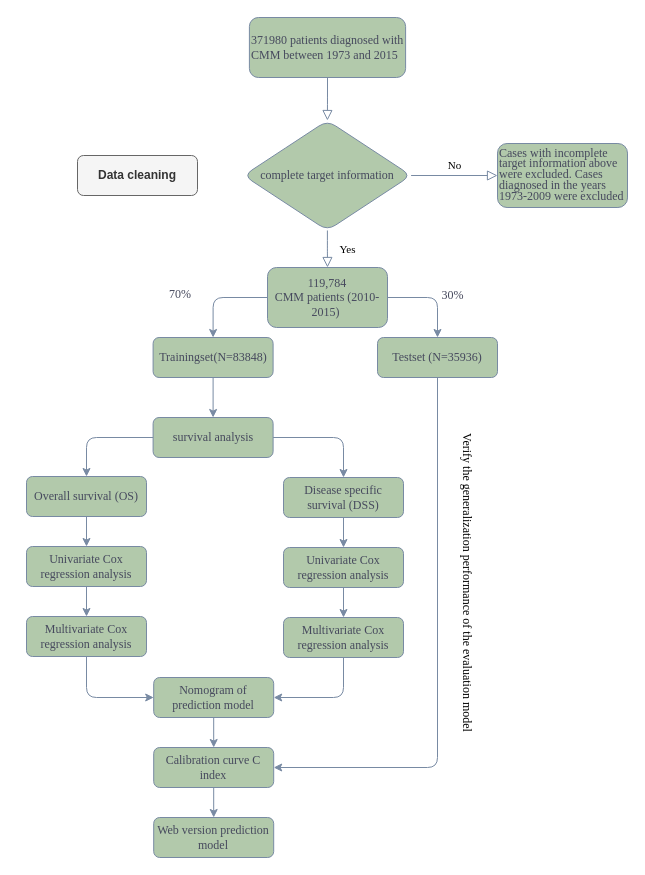
pifu-dabai/R-yuyan keeps this draw.io diagram as 未命名绘图.drawio. Above is the earlier version. Source tidied: cells renumbered, new cells numbered last; positions are measured from the earlier drawing's top-left corner, leaving out a move shared by most shapes. Both pictures are drawn from the tidied source at 100%, with x=0, y=0 at pixel (17, 17).
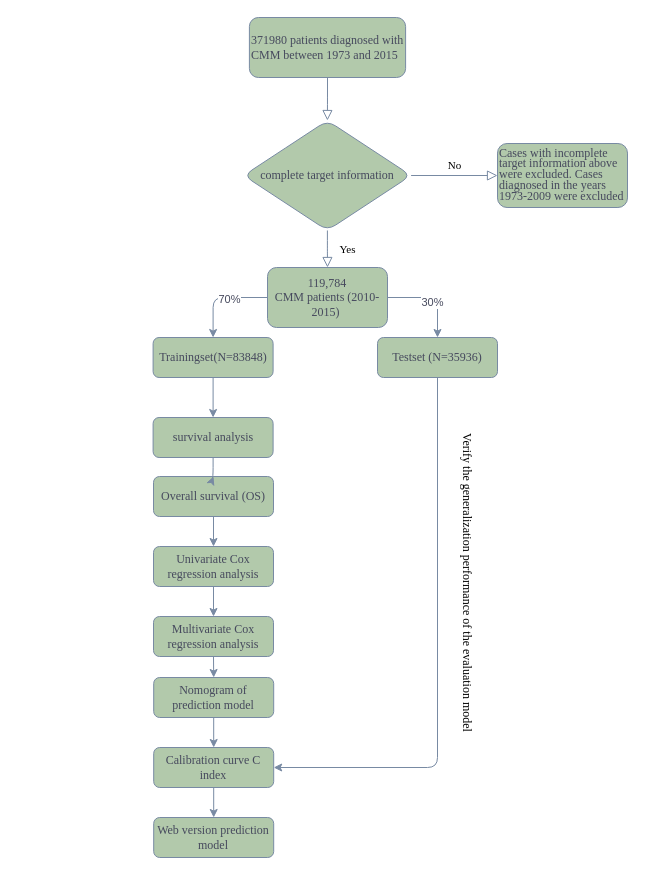
After the change.

Unchanged cells that the change refers to:
```xml
<mxCell id="11" style="edgeStyle=orthogonalEdgeStyle;rounded=1;jettySize=auto;html=1;exitX=0;exitY=0.5;exitDx=0;exitDy=0;entryX=0.5;entryY=0;entryDx=0;entryDy=0;fontColor=default;fontFamily=Times New Roman;labelBackgroundColor=none;strokeColor=#788AA3;" parent="1" edge="1" source="13" target="16">
  <mxGeometry relative="1" as="geometry" />
</mxCell>
<mxCell id="12" style="edgeStyle=orthogonalEdgeStyle;rounded=1;jettySize=auto;html=1;exitX=1;exitY=0.5;exitDx=0;exitDy=0;entryX=0.5;entryY=0;entryDx=0;entryDy=0;strokeColor=#788AA3;fontColor=#46495D;fillColor=#B2C9AB;" parent="1" edge="1" source="13" target="9">
  <mxGeometry relative="1" as="geometry" />
</mxCell>
<mxCell id="17" style="group;fontFamily=Times New Roman;labelBackgroundColor=none;fontColor=#46495D;rounded=1;" parent="15" vertex="1">
  <mxGeometry y="80" width="408" height="410" as="geometry" />
</mxCell>
<mxCell id="18" value="survival analysis" style="rounded=1;whiteSpace=wrap;html=1;labelBackgroundColor=none;fontFamily=Times New Roman;fillColor=#B2C9AB;strokeColor=#788AA3;fontColor=#46495D;" parent="17" vertex="1">
  <mxGeometry x="135.6" width="120" height="40" as="geometry" />
</mxCell>
<mxCell id="19" style="group;fontFamily=Times New Roman;labelBackgroundColor=none;fontColor=#46495D;rounded=1;" parent="17" vertex="1">
  <mxGeometry y="60" width="408" height="250" as="geometry" />
</mxCell>
<mxCell id="30" value="Nomogram of prediction model" style="rounded=1;whiteSpace=wrap;html=1;labelBackgroundColor=none;fontFamily=Times New Roman;fillColor=#B2C9AB;strokeColor=#788AA3;fontColor=#46495D;" parent="19" vertex="1">
  <mxGeometry x="136.2" y="200" width="120" height="40" as="geometry" />
</mxCell>
```

Diff of the diagram source:
```diff
@@
+    <mxCell id="38" value="70%" style="edgeLabel;html=1;align=center;verticalAlign=middle;fontColor=#46495D;" parent="11" vertex="1">
+      <mxGeometry x="-0.16" y="1" relative="1" as="geometry">
+        <mxPoint x="1" as="offset" />
+      </mxGeometry>
+    </mxCell>
@@
+    <mxCell id="39" value="30%" style="edgeLabel;html=1;align=center;verticalAlign=middle;fontColor=#46495D;" parent="12" vertex="1">
+      <mxGeometry x="-0.05" y="-4" relative="1" as="geometry">
+        <mxPoint x="1" as="offset" />
+      </mxGeometry>
+    </mxCell>
@@
     <mxCell id="20" value="&lt;div&gt;Overall survival (OS)&lt;/div&gt;" style="rounded=1;whiteSpace=wrap;html=1;fontFamily=Times New Roman;labelBackgroundColor=none;fillColor=#B2C9AB;strokeColor=#788AA3;fontColor=#46495D;" parent="19" vertex="1">
-      <mxGeometry x="9" y="-1" width="120" height="40" as="geometry" />
+      <mxGeometry x="136" y="-1" width="120" height="40" as="geometry" />
     </mxCell>
-    <mxCell id="21" value="Disease specific survival (DSS)" style="rounded=1;whiteSpace=wrap;html=1;fontFamily=Times New Roman;labelBackgroundColor=none;fillColor=#B2C9AB;strokeColor=#788AA3;fontColor=#46495D;" parent="19" vertex="1">
-      <mxGeometry x="266" width="120" height="40" as="geometry" />
-    </mxCell>
     <mxCell id="22" value="Univariate Cox regression analysis" style="rounded=1;whiteSpace=wrap;html=1;fontFamily=Times New Roman;labelBackgroundColor=none;fillColor=#B2C9AB;strokeColor=#788AA3;fontColor=#46495D;" parent="19" vertex="1">
-      <mxGeometry x="9" y="69" width="120" height="40" as="geometry" />
+      <mxGeometry x="136" y="69" width="120" height="40" as="geometry" />
     </mxCell>
+    <mxCell id="42" style="edgeStyle=orthogonalEdgeStyle;rounded=1;jettySize=auto;html=1;exitX=0.5;exitY=1;exitDx=0;exitDy=0;strokeColor=#788AA3;fontColor=#46495D;fillColor=#B2C9AB;" parent="19" edge="1" source="23">
+      <mxGeometry relative="1" as="geometry">
+        <mxPoint x="196.2" y="200" as="targetPoint" />
+      </mxGeometry>
+    </mxCell>
     <mxCell id="23" value="Multivariate Cox regression analysis" style="rounded=1;whiteSpace=wrap;html=1;fontFamily=Times New Roman;labelBackgroundColor=none;fillColor=#B2C9AB;strokeColor=#788AA3;fontColor=#46495D;" parent="19" vertex="1">
-      <mxGeometry x="9" y="139" width="120" height="40" as="geometry" />
+      <mxGeometry x="136" y="139" width="120" height="40" as="geometry" />
     </mxCell>
-    <mxCell id="24" value="Univariate Cox regression analysis" style="rounded=1;whiteSpace=wrap;html=1;fontFamily=Times New Roman;labelBackgroundColor=none;fillColor=#B2C9AB;strokeColor=#788AA3;fontColor=#46495D;" parent="19" vertex="1">
-      <mxGeometry x="266" y="70" width="120" height="40" as="geometry" />
-    </mxCell>
-    <mxCell id="25" value="Multivariate Cox regression analysis" style="rounded=1;whiteSpace=wrap;html=1;fontFamily=Times New Roman;labelBackgroundColor=none;fillColor=#B2C9AB;strokeColor=#788AA3;fontColor=#46495D;" parent="19" vertex="1">
-      <mxGeometry x="266" y="140" width="120" height="40" as="geometry" />
-    </mxCell>
@@
-    <mxCell id="28" style="edgeStyle=orthogonalEdgeStyle;rounded=1;jettySize=auto;html=1;exitX=0.5;exitY=1;exitDx=0;exitDy=0;entryX=0.5;entryY=0;entryDx=0;entryDy=0;fontColor=default;fontFamily=Times New Roman;labelBackgroundColor=none;strokeColor=#788AA3;" parent="19" edge="1" source="21" target="24">
-      <mxGeometry relative="1" as="geometry" />
-    </mxCell>
-    <mxCell id="29" style="edgeStyle=orthogonalEdgeStyle;rounded=1;jettySize=auto;html=1;exitX=0.5;exitY=1;exitDx=0;exitDy=0;entryX=0.5;entryY=0;entryDx=0;entryDy=0;fontColor=default;fontFamily=Times New Roman;labelBackgroundColor=none;strokeColor=#788AA3;" parent="19" edge="1" source="24" target="25">
-      <mxGeometry relative="1" as="geometry" />
-    </mxCell>
@@
-    <mxCell id="31" style="edgeStyle=orthogonalEdgeStyle;rounded=1;jettySize=auto;html=1;exitX=0.5;exitY=1;exitDx=0;exitDy=0;entryX=0;entryY=0.5;entryDx=0;entryDy=0;fontColor=default;fontFamily=Times New Roman;labelBackgroundColor=none;strokeColor=#788AA3;" parent="19" edge="1" source="23" target="30">
-      <mxGeometry relative="1" as="geometry" />
-    </mxCell>
-    <mxCell id="32" style="edgeStyle=orthogonalEdgeStyle;rounded=1;jettySize=auto;html=1;exitX=0.5;exitY=1;exitDx=0;exitDy=0;entryX=1;entryY=0.5;entryDx=0;entryDy=0;fontColor=default;fontFamily=Times New Roman;labelBackgroundColor=none;strokeColor=#788AA3;" parent="19" edge="1" source="25" target="30">
-      <mxGeometry relative="1" as="geometry" />
-    </mxCell>
@@
-    <mxCell id="34" style="edgeStyle=orthogonalEdgeStyle;rounded=1;jettySize=auto;html=1;exitX=1;exitY=0.5;exitDx=0;exitDy=0;entryX=0.5;entryY=0;entryDx=0;entryDy=0;fontColor=default;fontFamily=Times New Roman;labelBackgroundColor=none;strokeColor=#788AA3;" parent="17" edge="1" source="18" target="21">
-      <mxGeometry relative="1" as="geometry" />
-    </mxCell>
@@
-    <mxCell id="38" value="70%" style="text;whiteSpace=wrap;fontFamily=Times New Roman;labelBackgroundColor=none;fontColor=#46495D;rounded=1;" parent="1" vertex="1">
-      <mxGeometry x="150" y="263" width="40" height="40" as="geometry" />
-    </mxCell>
-    <mxCell id="39" value="30%" style="text;html=1;align=center;verticalAlign=middle;fontFamily=Times New Roman;labelBackgroundColor=none;fontColor=#46495D;rounded=1;" parent="1" vertex="1">
-      <mxGeometry x="410" y="263" width="50" height="30" as="geometry" />
-    </mxCell>
@@
-    <mxCell id="41" value="&lt;b&gt;Data cleaning&lt;/b&gt;" style="rounded=1;whiteSpace=wrap;html=1;strokeColor=#666666;fontColor=#333333;fillColor=#f5f5f5;" parent="1" vertex="1">
-      <mxGeometry x="60" y="138" width="120" height="40" as="geometry" />
-    </mxCell>
```
